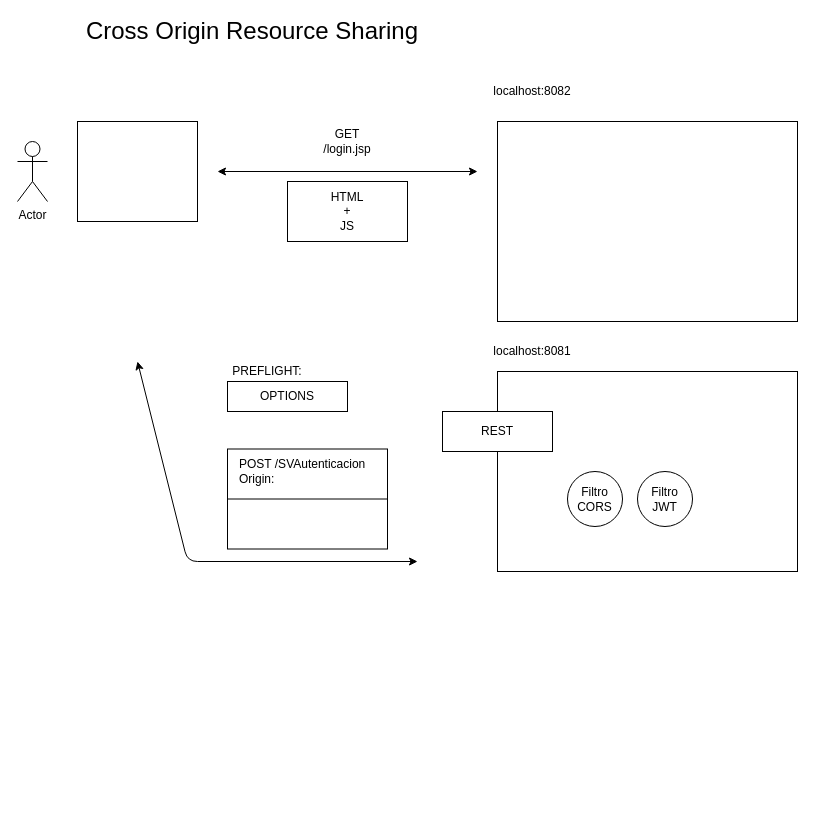
The draw.io diagram page "Página-15" (15 of 19) of dibujos.drawio in lrag/seguridad_java, before the edit. Source tidied: cells renumbered, new cells numbered last; positions are measured from the earlier drawing's top-left corner, leaving out a move shared by most shapes. Both pictures are drawn from the tidied source at 100%, with x=0, y=0 at pixel (17, 21).
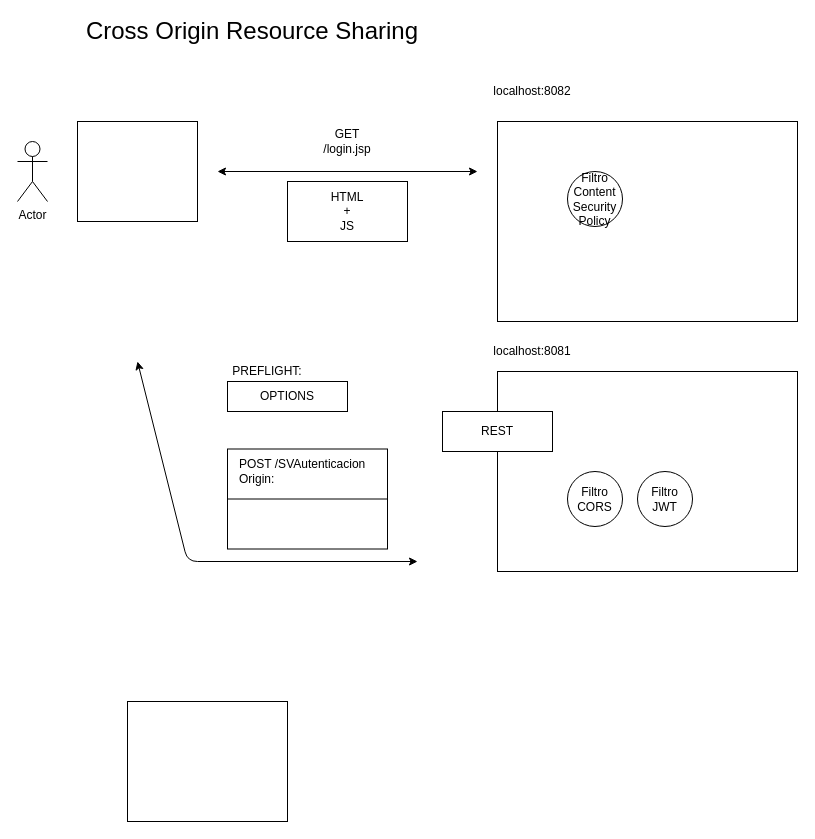
Above is the later version.

Diff of the diagram source:
```diff
@@
+    <mxCell id="21" style="rounded=0;whiteSpace=wrap;html=1;" parent="1" vertex="1">
+      <mxGeometry x="110" y="680" width="160" height="120" as="geometry" />
+    </mxCell>
+    <mxCell id="22" value="Filtro&lt;br&gt;Content&lt;br&gt;Security&lt;br&gt;Policy" style="ellipse;whiteSpace=wrap;html=1;" parent="1" vertex="1">
+      <mxGeometry x="550" y="150" width="55" height="55" as="geometry" />
+    </mxCell>
```
